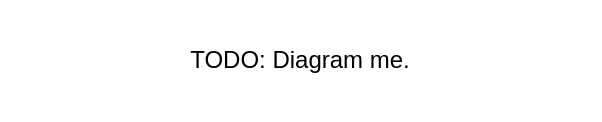
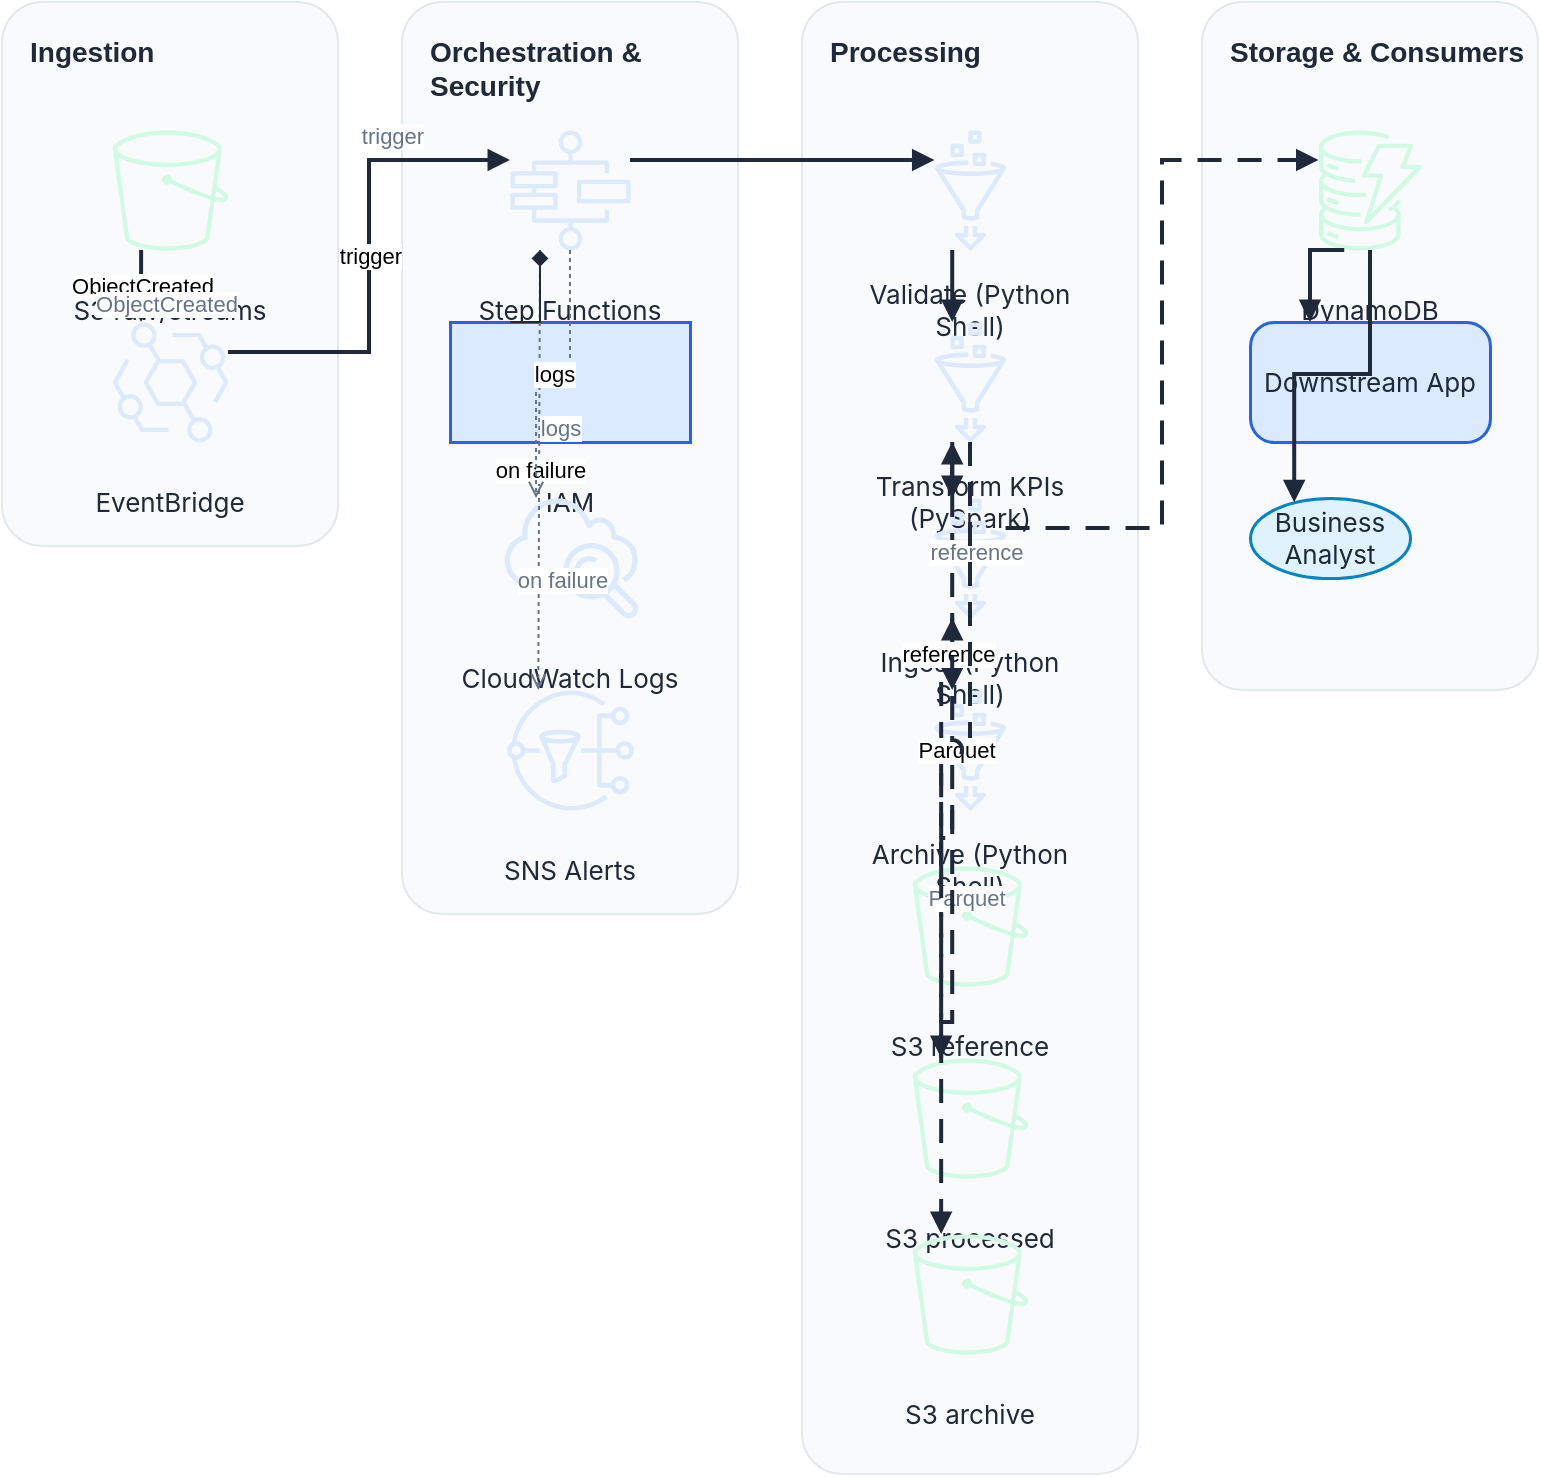
<?xml version="1.0" encoding="UTF-8"?>
- <mxfile host="app.diagrams.net" modified="2026-05-21T00:00:00.000Z" agent="placeholder" version="24.0.0" type="device">
-   <diagram id="music-streaming-pipeline" name="Architecture">
-     <mxGraphModel dx="1422" dy="757" grid="1" gridSize="10" guides="1" tooltips="1" connect="1" arrows="1" fold="1" page="1" pageScale="1" pageWidth="1169" pageHeight="826" math="0" shadow="0">
-       <root>
-         <mxCell id="0" />
-         <mxCell id="1" parent="0" />
-         <mxCell id="2" value="TODO: Diagram me." style="text;html=1;align=center;verticalAlign=middle;whiteSpace=wrap;rounded=0;" vertex="1" parent="1">
-           <mxGeometry x="440" y="380" width="300" height="60" as="geometry" />
-         </mxCell>
-       </root>
-     </mxGraphModel>
+ <mxfile host="cli" modified="" agent="drawio-skill-cli" version="21.0.0">
+   <diagram name="Page-1">
+     <mxGraphModel dx="1120" dy="720" grid="1" gridSize="8" guides="1" tooltips="1" connect="1" arrows="1" fold="1" page="1" pageScale="1" pageWidth="888" pageHeight="856" math="1" background="#FFFFFF"><root><mxCell id="0"/><mxCell id="1" parent="0"/><mxCell id="2" value="Ingestion" style="rounded=1;arcSize=12;html=1;whiteSpace=wrap;fillColor=#F8FAFC;strokeColor=#E2E8F0;strokeWidth=1;fontColor=#1E293B;fontSize=14;fontStyle=1;verticalAlign=top;align=left;spacingLeft=12;spacingTop=10" vertex="1" parent="1"><mxGeometry x="40" y="40" width="168" height="272" as="geometry"/></mxCell><mxCell id="3" value="Orchestration &amp; Security" style="rounded=1;arcSize=12;html=1;whiteSpace=wrap;fillColor=#F8FAFC;strokeColor=#E2E8F0;strokeWidth=1;fontColor=#1E293B;fontSize=14;fontStyle=1;verticalAlign=top;align=left;spacingLeft=12;spacingTop=10" vertex="1" parent="1"><mxGeometry x="240" y="40" width="168" height="456" as="geometry"/></mxCell><mxCell id="4" value="Processing" style="rounded=1;arcSize=12;html=1;whiteSpace=wrap;fillColor=#F8FAFC;strokeColor=#E2E8F0;strokeWidth=1;fontColor=#1E293B;fontSize=14;fontStyle=1;verticalAlign=top;align=left;spacingLeft=12;spacingTop=10" vertex="1" parent="1"><mxGeometry x="440" y="40" width="168" height="736" as="geometry"/></mxCell><mxCell id="5" value="Storage &amp; Consumers" style="rounded=1;arcSize=12;html=1;whiteSpace=wrap;fillColor=#F8FAFC;strokeColor=#E2E8F0;strokeWidth=1;fontColor=#1E293B;fontSize=14;fontStyle=1;verticalAlign=top;align=left;spacingLeft=12;spacingTop=10" vertex="1" parent="1"><mxGeometry x="640" y="40" width="168" height="344" as="geometry"/></mxCell><mxCell id="6" value="S3 raw/streams" style="shape=mxgraph.aws4.s3;html=1;whiteSpace=wrap;fillColor=#D1FAE5;strokeColor=#059669;strokeWidth=1.5;fontColor=#1E293B;fontSize=13;fontFamily=Inter, Roboto, system-ui, -apple-system, sans-serif;verticalLabelPosition=bottom;labelBackgroundColor=none;align=center" vertex="1" parent="2"><mxGeometry x="24" y="64" width="120" height="60" as="geometry"/></mxCell><mxCell id="7" value="EventBridge" style="shape=mxgraph.aws4.eventbridge;html=1;whiteSpace=wrap;fillColor=#DBEAFE;strokeColor=#2563EB;strokeWidth=1.5;fontColor=#1E293B;fontSize=13;fontFamily=Inter, Roboto, system-ui, -apple-system, sans-serif;verticalLabelPosition=bottom;labelBackgroundColor=none;align=center" vertex="1" parent="2"><mxGeometry x="24" y="160" width="120" height="60" as="geometry"/></mxCell><mxCell id="8" value="Step Functions" style="shape=mxgraph.aws4.step_functions;html=1;whiteSpace=wrap;fillColor=#DBEAFE;strokeColor=#2563EB;strokeWidth=1.5;fontColor=#1E293B;fontSize=13;fontFamily=Inter, Roboto, system-ui, -apple-system, sans-serif;verticalLabelPosition=bottom;labelBackgroundColor=none;align=center" vertex="1" parent="3"><mxGeometry x="24" y="64" width="120" height="60" as="geometry"/></mxCell><mxCell id="9" value="IAM" style="shape=mxgraph.aws4.identity_and_access_management_iam;html=1;whiteSpace=wrap;fillColor=#DBEAFE;strokeColor=#2563EB;strokeWidth=1.5;fontColor=#1E293B;fontSize=13;fontFamily=Inter, Roboto, system-ui, -apple-system, sans-serif;verticalLabelPosition=bottom;labelBackgroundColor=none;align=center" vertex="1" parent="3"><mxGeometry x="24" y="160" width="120" height="60" as="geometry"/></mxCell><mxCell id="10" value="CloudWatch Logs" style="shape=mxgraph.aws4.cloudwatch;html=1;whiteSpace=wrap;fillColor=#DBEAFE;strokeColor=#2563EB;strokeWidth=1.5;fontColor=#1E293B;fontSize=13;fontFamily=Inter, Roboto, system-ui, -apple-system, sans-serif;verticalLabelPosition=bottom;labelBackgroundColor=none;align=center" vertex="1" parent="3"><mxGeometry x="24" y="248" width="120" height="60" as="geometry"/></mxCell><mxCell id="11" value="SNS Alerts" style="shape=mxgraph.aws4.sns;html=1;whiteSpace=wrap;fillColor=#DBEAFE;strokeColor=#2563EB;strokeWidth=1.5;fontColor=#1E293B;fontSize=13;fontFamily=Inter, Roboto, system-ui, -apple-system, sans-serif;verticalLabelPosition=bottom;labelBackgroundColor=none;align=center" vertex="1" parent="3"><mxGeometry x="24" y="344" width="120" height="60" as="geometry"/></mxCell><mxCell id="12" value="Validate (Python Shell)" style="shape=mxgraph.aws4.glue;html=1;whiteSpace=wrap;fillColor=#DBEAFE;strokeColor=#2563EB;strokeWidth=1.5;fontColor=#1E293B;fontSize=13;fontFamily=Inter, Roboto, system-ui, -apple-system, sans-serif;verticalLabelPosition=bottom;labelBackgroundColor=none;align=center" vertex="1" parent="4"><mxGeometry x="24" y="64" width="120" height="60" as="geometry"/></mxCell><mxCell id="13" value="Transform KPIs (PySpark)" style="shape=mxgraph.aws4.glue;html=1;whiteSpace=wrap;fillColor=#DBEAFE;strokeColor=#2563EB;strokeWidth=1.5;fontColor=#1E293B;fontSize=13;fontFamily=Inter, Roboto, system-ui, -apple-system, sans-serif;verticalLabelPosition=bottom;labelBackgroundColor=none;align=center" vertex="1" parent="4"><mxGeometry x="24" y="160" width="120" height="60" as="geometry"/></mxCell><mxCell id="14" value="Ingest (Python Shell)" style="shape=mxgraph.aws4.glue;html=1;whiteSpace=wrap;fillColor=#DBEAFE;strokeColor=#2563EB;strokeWidth=1.5;fontColor=#1E293B;fontSize=13;fontFamily=Inter, Roboto, system-ui, -apple-system, sans-serif;verticalLabelPosition=bottom;labelBackgroundColor=none;align=center" vertex="1" parent="4"><mxGeometry x="24" y="248" width="120" height="60" as="geometry"/></mxCell><mxCell id="15" value="Archive (Python Shell)" style="shape=mxgraph.aws4.glue;html=1;whiteSpace=wrap;fillColor=#DBEAFE;strokeColor=#2563EB;strokeWidth=1.5;fontColor=#1E293B;fontSize=13;fontFamily=Inter, Roboto, system-ui, -apple-system, sans-serif;verticalLabelPosition=bottom;labelBackgroundColor=none;align=center" vertex="1" parent="4"><mxGeometry x="24" y="344" width="120" height="60" as="geometry"/></mxCell><mxCell id="16" value="S3 reference" style="shape=mxgraph.aws4.s3;html=1;whiteSpace=wrap;fillColor=#D1FAE5;strokeColor=#059669;strokeWidth=1.5;fontColor=#1E293B;fontSize=13;fontFamily=Inter, Roboto, system-ui, -apple-system, sans-serif;verticalLabelPosition=bottom;labelBackgroundColor=none;align=center" vertex="1" parent="4"><mxGeometry x="24" y="432" width="120" height="60" as="geometry"/></mxCell><mxCell id="17" value="S3 processed" style="shape=mxgraph.aws4.s3;html=1;whiteSpace=wrap;fillColor=#D1FAE5;strokeColor=#059669;strokeWidth=1.5;fontColor=#1E293B;fontSize=13;fontFamily=Inter, Roboto, system-ui, -apple-system, sans-serif;verticalLabelPosition=bottom;labelBackgroundColor=none;align=center" vertex="1" parent="4"><mxGeometry x="24" y="528" width="120" height="60" as="geometry"/></mxCell><mxCell id="18" value="S3 archive" style="shape=mxgraph.aws4.s3;html=1;whiteSpace=wrap;fillColor=#D1FAE5;strokeColor=#059669;strokeWidth=1.5;fontColor=#1E293B;fontSize=13;fontFamily=Inter, Roboto, system-ui, -apple-system, sans-serif;verticalLabelPosition=bottom;labelBackgroundColor=none;align=center" vertex="1" parent="4"><mxGeometry x="24" y="616" width="120" height="60" as="geometry"/></mxCell><mxCell id="19" value="DynamoDB" style="shape=mxgraph.aws4.dynamodb;html=1;whiteSpace=wrap;fillColor=#D1FAE5;strokeColor=#059669;strokeWidth=1.5;fontColor=#1E293B;fontSize=13;fontFamily=Inter, Roboto, system-ui, -apple-system, sans-serif;verticalLabelPosition=bottom;labelBackgroundColor=none;align=center" vertex="1" parent="5"><mxGeometry x="24" y="64" width="120" height="60" as="geometry"/></mxCell><mxCell id="20" value="Downstream App" style="rounded=1;arcSize=20;html=1;whiteSpace=wrap;fillColor=#DBEAFE;strokeColor=#2563EB;strokeWidth=1.5;fontColor=#1E293B;fontSize=13;fontFamily=Inter, Roboto, system-ui, -apple-system, sans-serif;verticalAlign=middle;align=center" vertex="1" parent="5"><mxGeometry x="24" y="160" width="120" height="60" as="geometry"/></mxCell><mxCell id="21" value="Business Analyst" style="ellipse;html=1;whiteSpace=wrap;fillColor=#E0F2FE;strokeColor=#0284C7;strokeWidth=1.5;fontColor=#1E293B;fontSize=13;fontFamily=Inter, Roboto, system-ui, -apple-system, sans-serif;verticalAlign=middle;align=center" vertex="1" parent="5"><mxGeometry x="24" y="248" width="80" height="40" as="geometry"/></mxCell><mxCell id="22" value="ObjectCreated" style="edgeStyle=orthogonalEdgeStyle;rounded=0;orthogonalLoop=1;jettySize=auto;html=1;strokeColor=#1E293B;strokeWidth=2;endArrow=block;endFill=1;exitX=0.25;exitY=1;exitDx=0;exitDy=0;entryX=0.25;entryY=0;entryDx=0;entryDy=0;dashed=1;dashPattern=6 4;jumpStyle=arc;jumpSize=8" edge="1" parent="1" source="6" target="7"><mxGeometry relative="1" as="geometry"></mxGeometry></mxCell><mxCell id="23" value="ObjectCreated" style="edgeLabel;html=1;align=center;verticalAlign=middle;fontSize=11;fontColor=#64748B;" vertex="1" connectable="0" parent="22"><mxGeometry x="0.5" relative="1" as="geometry"><mxPoint x="12" y="0" as="offset"/></mxGeometry></mxCell><mxCell id="24" value="trigger" style="edgeStyle=orthogonalEdgeStyle;rounded=0;orthogonalLoop=1;jettySize=auto;html=1;strokeColor=#1E293B;strokeWidth=2;endArrow=block;endFill=1;exitX=1;exitY=0.25;exitDx=0;exitDy=0;entryX=0;entryY=0.25;entryDx=0;entryDy=0;jumpStyle=arc;jumpSize=8" edge="1" parent="1" source="7" target="8"><mxGeometry relative="1" as="geometry"></mxGeometry></mxCell><mxCell id="25" value="trigger" style="edgeLabel;html=1;align=center;verticalAlign=middle;fontSize=11;fontColor=#64748B;" vertex="1" connectable="0" parent="24"><mxGeometry x="0.5" relative="1" as="geometry"><mxPoint x="0" y="-12" as="offset"/></mxGeometry></mxCell><mxCell id="26" value="" style="edgeStyle=orthogonalEdgeStyle;rounded=0;orthogonalLoop=1;jettySize=auto;html=1;strokeColor=#1E293B;strokeWidth=2;endArrow=block;endFill=1;exitX=1;exitY=0.25;exitDx=0;exitDy=0;entryX=0;entryY=0.25;entryDx=0;entryDy=0;jumpStyle=arc;jumpSize=8" edge="1" parent="1" source="8" target="12"><mxGeometry relative="1" as="geometry"></mxGeometry></mxCell><mxCell id="27" value="" style="edgeStyle=orthogonalEdgeStyle;rounded=0;orthogonalLoop=1;jettySize=auto;html=1;strokeColor=#1E293B;strokeWidth=2;endArrow=block;endFill=1;exitX=0.25;exitY=1;exitDx=0;exitDy=0;entryX=0.25;entryY=0;entryDx=0;entryDy=0;jumpStyle=arc;jumpSize=8" edge="1" parent="1" source="12" target="13"><mxGeometry relative="1" as="geometry"></mxGeometry></mxCell><mxCell id="28" value="" style="edgeStyle=orthogonalEdgeStyle;rounded=0;orthogonalLoop=1;jettySize=auto;html=1;strokeColor=#1E293B;strokeWidth=2;endArrow=block;endFill=1;exitX=0.25;exitY=1;exitDx=0;exitDy=0;entryX=0.25;entryY=0;entryDx=0;entryDy=0;jumpStyle=arc;jumpSize=8" edge="1" parent="1" source="13" target="14"><mxGeometry relative="1" as="geometry"></mxGeometry></mxCell><mxCell id="29" value="" style="edgeStyle=orthogonalEdgeStyle;rounded=0;orthogonalLoop=1;jettySize=auto;html=1;strokeColor=#1E293B;strokeWidth=2;endArrow=block;endFill=1;exitX=0.25;exitY=1;exitDx=0;exitDy=0;entryX=0.25;entryY=0;entryDx=0;entryDy=0;jumpStyle=arc;jumpSize=8" edge="1" parent="1" source="14" target="15"><mxGeometry relative="1" as="geometry"></mxGeometry></mxCell><mxCell id="30" value="reference" style="edgeStyle=orthogonalEdgeStyle;rounded=0;orthogonalLoop=1;jettySize=auto;html=1;strokeColor=#1E293B;strokeWidth=2;endArrow=block;endFill=1;exitX=0.25;exitY=0;exitDx=0;exitDy=0;entryX=0.25;entryY=1;entryDx=0;entryDy=0;dashed=1;dashPattern=6 4;jumpStyle=arc;jumpSize=8" edge="1" parent="1" source="16" target="13"><mxGeometry relative="1" as="geometry"></mxGeometry></mxCell><mxCell id="31" value="reference" style="edgeLabel;html=1;align=center;verticalAlign=middle;fontSize=11;fontColor=#64748B;" vertex="1" connectable="0" parent="30"><mxGeometry x="0.5" relative="1" as="geometry"><mxPoint x="12" y="0" as="offset"/></mxGeometry></mxCell><mxCell id="32" value="Parquet" style="edgeStyle=orthogonalEdgeStyle;rounded=0;orthogonalLoop=1;jettySize=auto;html=1;strokeColor=#1E293B;strokeWidth=2;endArrow=block;endFill=1;exitX=0.5;exitY=1;exitDx=0;exitDy=0;entryX=0.25;entryY=0;entryDx=0;entryDy=0;dashed=1;dashPattern=6 4;jumpStyle=arc;jumpSize=8" edge="1" parent="1" source="13" target="17"><mxGeometry relative="1" as="geometry"></mxGeometry></mxCell><mxCell id="33" value="Parquet" style="edgeLabel;html=1;align=center;verticalAlign=middle;fontSize=11;fontColor=#64748B;" vertex="1" connectable="0" parent="32"><mxGeometry x="0.5" relative="1" as="geometry"><mxPoint x="12" y="0" as="offset"/></mxGeometry></mxCell><mxCell id="34" value="" style="edgeStyle=orthogonalEdgeStyle;rounded=0;orthogonalLoop=1;jettySize=auto;html=1;strokeColor=#1E293B;strokeWidth=2;endArrow=block;endFill=1;exitX=0.25;exitY=0;exitDx=0;exitDy=0;entryX=0.25;entryY=1;entryDx=0;entryDy=0;dashed=1;dashPattern=6 4;jumpStyle=arc;jumpSize=8" edge="1" parent="1" source="17" target="14"><mxGeometry relative="1" as="geometry"></mxGeometry></mxCell><mxCell id="35" value="" style="edgeStyle=orthogonalEdgeStyle;rounded=0;orthogonalLoop=1;jettySize=auto;html=1;strokeColor=#1E293B;strokeWidth=2;endArrow=block;endFill=1;exitX=1;exitY=0.25;exitDx=0;exitDy=0;entryX=0;entryY=0.25;entryDx=0;entryDy=0;dashed=1;dashPattern=6 4;jumpStyle=arc;jumpSize=8" edge="1" parent="1" source="14" target="19"><mxGeometry relative="1" as="geometry"></mxGeometry></mxCell><mxCell id="36" value="" style="edgeStyle=orthogonalEdgeStyle;rounded=0;orthogonalLoop=1;jettySize=auto;html=1;strokeColor=#1E293B;strokeWidth=2;endArrow=block;endFill=1;exitX=0.25;exitY=1;exitDx=0;exitDy=0;entryX=0.25;entryY=0;entryDx=0;entryDy=0;dashed=1;dashPattern=6 4;jumpStyle=arc;jumpSize=8" edge="1" parent="1" source="15" target="18"><mxGeometry relative="1" as="geometry"></mxGeometry></mxCell><mxCell id="37" value="on failure" style="edgeStyle=orthogonalEdgeStyle;rounded=0;orthogonalLoop=1;jettySize=auto;html=1;strokeColor=#64748B;strokeWidth=1;endArrow=open;endFill=0;exitX=0.25;exitY=1;exitDx=0;exitDy=0;entryX=0.25;entryY=0;entryDx=0;entryDy=0;dashed=1;dashPattern=2 2;jumpStyle=arc;jumpSize=8" edge="1" parent="1" source="8" target="11"><mxGeometry relative="1" as="geometry"></mxGeometry></mxCell><mxCell id="38" value="on failure" style="edgeLabel;html=1;align=center;verticalAlign=middle;fontSize=11;fontColor=#64748B;" vertex="1" connectable="0" parent="37"><mxGeometry x="0.5" relative="1" as="geometry"><mxPoint x="12" y="0" as="offset"/></mxGeometry></mxCell><mxCell id="39" value="logs" style="edgeStyle=orthogonalEdgeStyle;rounded=0;orthogonalLoop=1;jettySize=auto;html=1;strokeColor=#64748B;strokeWidth=1;endArrow=open;endFill=0;exitX=0.5;exitY=1;exitDx=0;exitDy=0;entryX=0.25;entryY=0;entryDx=0;entryDy=0;dashed=1;dashPattern=2 2;jumpStyle=arc;jumpSize=8" edge="1" parent="1" source="8" target="10"><mxGeometry relative="1" as="geometry"></mxGeometry></mxCell><mxCell id="40" value="logs" style="edgeLabel;html=1;align=center;verticalAlign=middle;fontSize=11;fontColor=#64748B;" vertex="1" connectable="0" parent="39"><mxGeometry x="0.5" relative="1" as="geometry"><mxPoint x="12" y="0" as="offset"/></mxGeometry></mxCell><mxCell id="41" value="" style="edgeStyle=orthogonalEdgeStyle;rounded=0;orthogonalLoop=1;jettySize=auto;html=1;strokeColor=#1E293B;strokeWidth=1;endArrow=diamond;endFill=1;exitX=0.25;exitY=0;exitDx=0;exitDy=0;entryX=0.25;entryY=1;entryDx=0;entryDy=0;jumpStyle=arc;jumpSize=8" edge="1" parent="1" source="9" target="8"><mxGeometry relative="1" as="geometry"></mxGeometry></mxCell><mxCell id="42" value="" style="edgeStyle=orthogonalEdgeStyle;rounded=0;orthogonalLoop=1;jettySize=auto;html=1;strokeColor=#1E293B;strokeWidth=2;endArrow=block;endFill=1;exitX=0.25;exitY=1;exitDx=0;exitDy=0;entryX=0.25;entryY=0;entryDx=0;entryDy=0;jumpStyle=arc;jumpSize=8" edge="1" parent="1" source="19" target="20"><mxGeometry relative="1" as="geometry"></mxGeometry></mxCell><mxCell id="43" value="" style="edgeStyle=orthogonalEdgeStyle;rounded=0;orthogonalLoop=1;jettySize=auto;html=1;strokeColor=#1E293B;strokeWidth=2;endArrow=block;endFill=1;exitX=0.5;exitY=1;exitDx=0;exitDy=0;entryX=0.25;entryY=0;entryDx=0;entryDy=0;jumpStyle=arc;jumpSize=8" edge="1" parent="1" source="19" target="21"><mxGeometry relative="1" as="geometry"></mxGeometry></mxCell></root></mxGraphModel>
  </diagram>
</mxfile>
